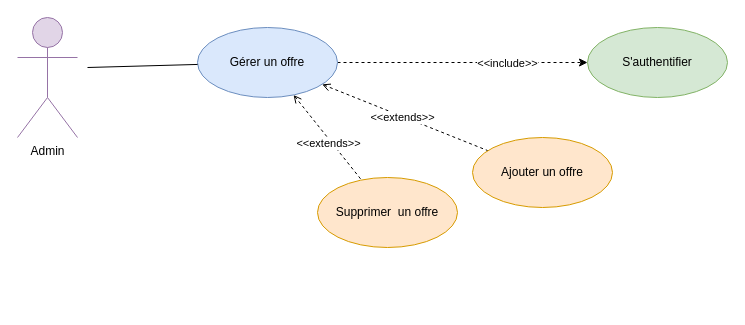
The draw.io diagram UseCase_offres.drawio in amine-elarass49/angular_doc, before the edit. Source tidied: cells renumbered, new cells numbered last; positions are measured from the earlier drawing's top-left corner, leaving out a move shared by most shapes. Both pictures are drawn from the tidied source at 100%, with x=0, y=0 at pixel (17, 17).
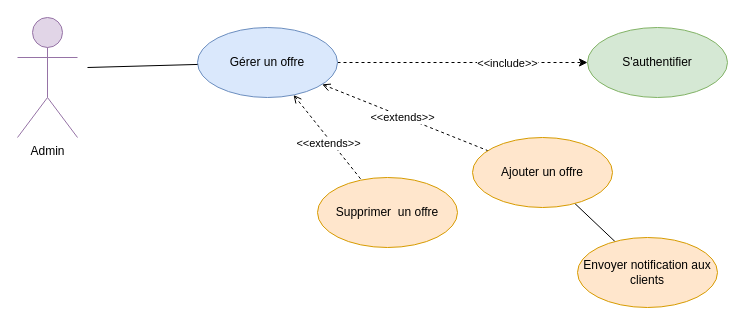
Above is the later version.

Diff of the diagram source:
```diff
@@
 <mxGraphModel>
   <root>
     <mxCell id="0" />
     <mxCell id="1" parent="0" />
     <mxCell id="2" style="rounded=0;jettySize=auto;html=1;dashed=1;startArrow=open;startFill=0;endArrow=none;endFill=0;" parent="1" edge="1" source="8" target="9">
       <mxGeometry relative="1" as="geometry" />
     </mxCell>
     <mxCell id="3" value="&amp;lt;&amp;lt;extends&amp;gt;&amp;gt;" style="edgeLabel;html=1;align=center;verticalAlign=middle;" parent="2" vertex="1">
       <mxGeometry x="-0.04" y="-1" relative="1" as="geometry" />
     </mxCell>
     <mxCell id="4" style="rounded=0;jettySize=auto;html=1;dashed=1;startArrow=open;startFill=0;endArrow=none;endFill=0;" parent="1" edge="1" source="8" target="10">
       <mxGeometry relative="1" as="geometry" />
     </mxCell>
     <mxCell id="5" value="&amp;lt;&amp;lt;extends&amp;gt;&amp;gt;" style="edgeLabel;html=1;align=center;verticalAlign=middle;" parent="4" vertex="1">
       <mxGeometry x="0.08" y="-3" relative="1" as="geometry" />
     </mxCell>
     <mxCell id="6" style="rounded=0;jettySize=auto;html=1;dashed=1;" parent="1" edge="1" source="8" target="13">
       <mxGeometry relative="1" as="geometry" />
     </mxCell>
     <mxCell id="7" value="&amp;lt;&amp;lt;include&amp;gt;&amp;gt;" style="edgeLabel;html=1;align=center;verticalAlign=middle;" parent="6" vertex="1">
       <mxGeometry x="0.35" relative="1" as="geometry" />
     </mxCell>
     <mxCell id="8" value="Gérer un offre" style="ellipse;whiteSpace=wrap;html=1;fillColor=#dae8fc;strokeColor=#6c8ebf;" parent="1" vertex="1">
       <mxGeometry x="180" y="10" width="140" height="70" as="geometry" />
     </mxCell>
+    <mxCell id="14" style="rounded=0;jettySize=auto;html=1;endArrow=none;endFill=0;" parent="1" edge="1" source="9" target="15">
+      <mxGeometry relative="1" as="geometry" />
+    </mxCell>
     <mxCell id="9" value="Ajouter un offre" style="ellipse;whiteSpace=wrap;html=1;fillColor=#ffe6cc;strokeColor=#d79b00;" parent="1" vertex="1">
       <mxGeometry x="455" y="120" width="140" height="70" as="geometry" />
     </mxCell>
     <mxCell id="10" value="Supprimer&amp;nbsp; un offre" style="ellipse;whiteSpace=wrap;html=1;fillColor=#ffe6cc;strokeColor=#d79b00;" parent="1" vertex="1">
       <mxGeometry x="300" y="160" width="140" height="70" as="geometry" />
     </mxCell>
     <mxCell id="11" value="Admin" style="shape=umlActor;verticalLabelPosition=bottom;verticalAlign=top;html=1;fillColor=#e1d5e7;strokeColor=#9673a6;" parent="1" vertex="1">
       <mxGeometry width="60" height="120" as="geometry" />
     </mxCell>
     <mxCell id="12" style="endArrow=none;html=1;rounded=0;" parent="1" edge="1" target="8">
       <mxGeometry relative="1" as="geometry">
         <mxPoint x="70" y="50" as="sourcePoint" />
       </mxGeometry>
     </mxCell>
     <mxCell id="13" value="S'authentifier" style="ellipse;whiteSpace=wrap;html=1;fillColor=#d5e8d4;strokeColor=#82b366;" parent="1" vertex="1">
       <mxGeometry x="570" y="10" width="140" height="70" as="geometry" />
     </mxCell>
+    <mxCell id="15" value="Envoyer notification aux clients" style="ellipse;whiteSpace=wrap;html=1;fillColor=#ffe6cc;strokeColor=#d79b00;" parent="1" vertex="1">
+      <mxGeometry x="560" y="220" width="140" height="70" as="geometry" />
+    </mxCell>
   </root>
 </mxGraphModel>
```
